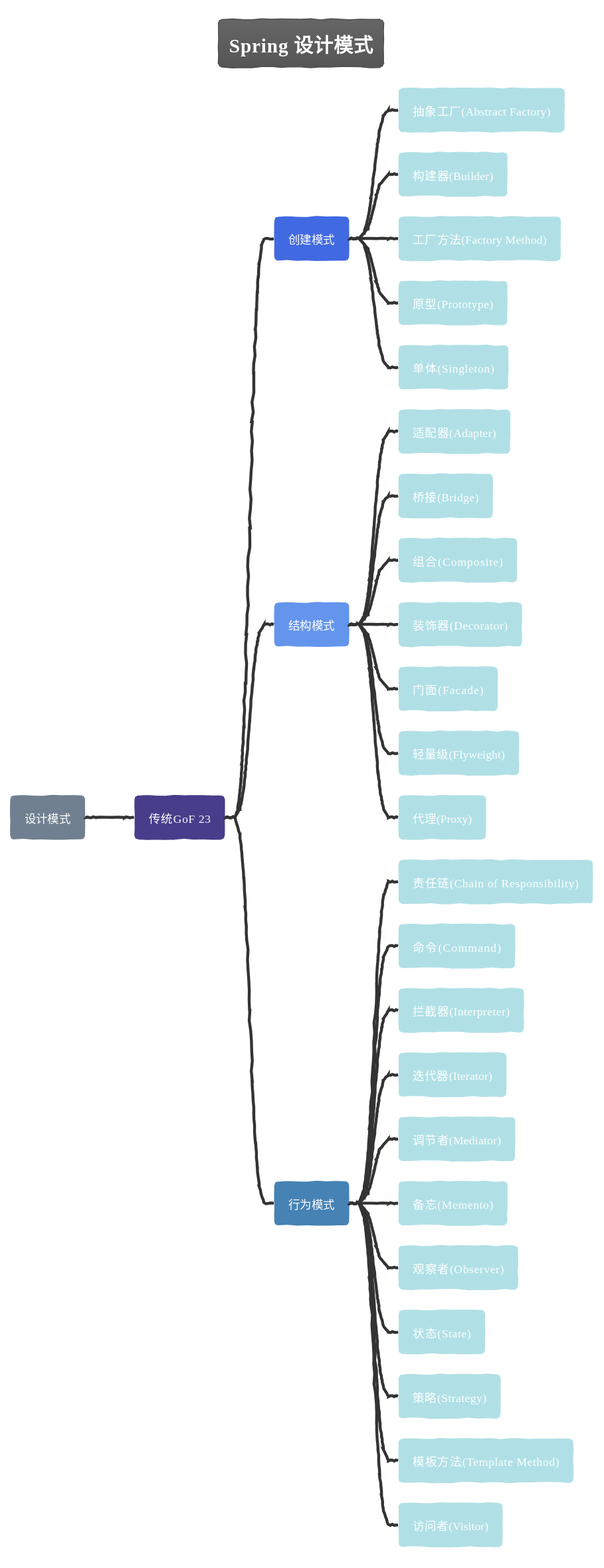
Earlier version of the PlantUML export doc/pics/Spring Design Pattern.svg (FantasybabyChange/thinking-in-spring).
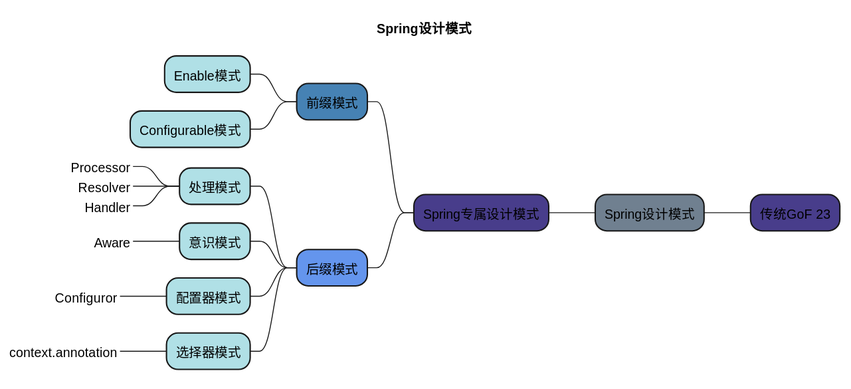
After the commit.

Commit message:
add spring design pattern

Diff of the diagram source:
```diff
@@ -1,52 +1,38 @@
 @startmindmap Spring Design Pattern
-!theme sketchy
 <style>
 mindmapDiagram {
-     :depth(0) {
-      BackGroundColor red
+    :depth(0) {
+        BackGroundColor red
     }
     node {
         BackgroundColor PowDerBlue
     }
     :depth(1) {
-      BackGroundColor DarkSlateBlue
+        BackGroundColor DarkSlateBlue
     }
     :depth(2) {
-      BackGroundColor RoyalBlue
+        BackGroundColor RoyalBlue
     }
 }
 </style>
 
-title Spring 设计模式
-+[#SlateGray] 设计模式
+title  Spring设计模式
++[#SlateGray] Spring设计模式
 ++ 传统GoF 23
-+++ 创建模式
-++++ 抽象工厂(Abstract Factory)
-++++ 构建器(Builder)
-++++ 工厂方法(Factory Method)
-++++ 原型(Prototype)
-++++ 单体(Singleton)
-
-+++[#CornflowerBlue] 结构模式
-++++ 适配器(Adapter)
-++++ 桥接(Bridge)
-++++ 组合(Composite)
-++++ 装饰器(Decorator)
-++++ 门面(Facade)
-++++ 轻量级(Flyweight)
-++++ 代理(Proxy)
-+++[#SteelBlue] 行为模式
-++++ 责任链(Chain of Responsibility)
-++++ 命令(Command)
-++++ 拦截器(Interpreter)
-++++ 迭代器(Iterator)
-++++ 调节者(Mediator)
-++++ 备忘(Memento)
-++++ 观察者(Observer)
-++++ 状态(State)
-++++ 策略(Strategy)
-++++ 模板方法(Template Method)
-++++ 访问者(Visitor)
-
+-- Spring专属设计模式
+---[#SteelBlue]  前缀模式
+---- Enable模式
+---- Configurable模式
+---[#CornflowerBlue] 后缀模式
+---- 处理模式
+-----_ Processor
+-----_ Resolver
+-----_ Handler
+---- 意识模式
+-----_ Aware
+---- 配置器模式
+-----_ Configuror
+---- 选择器模式
+-----_ context.annotation
 
 @endmindmap
```
